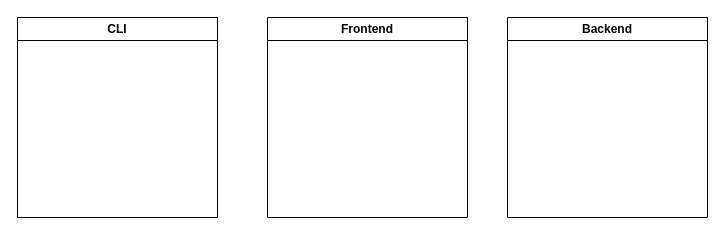
Before: Tools.drawio in Konrad1991/solarlife, a draw.io diagram. Source tidied: cells renumbered, new cells numbered last; positions are measured from the earlier drawing's top-left corner, leaving out a move shared by most shapes. Both pictures are drawn from the tidied source at 100%, with x=0, y=0 at pixel (17, 17).
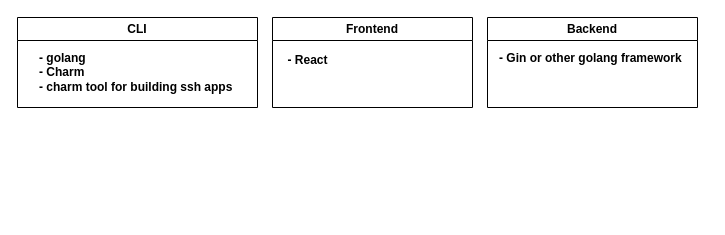
After the change.

What changed in the source:
```diff
@@
 <mxGraphModel>
   <root>
     <mxCell id="0" />
     <mxCell id="1" parent="0" />
     <mxCell id="2" value="CLI" style="swimlane;whiteSpace=wrap;html=1;" parent="1" vertex="1">
-      <mxGeometry width="200" height="200" as="geometry" />
+      <mxGeometry width="240" height="90" as="geometry" />
     </mxCell>
+    <mxCell id="5" value="&lt;div align=&quot;left&quot;&gt;&lt;b&gt;- golang&lt;/b&gt;&lt;/div&gt;&lt;div align=&quot;left&quot;&gt;&lt;b&gt;- Charm&lt;/b&gt;&lt;/div&gt;&lt;div align=&quot;left&quot;&gt;&lt;b&gt;- charm tool for building ssh apps&lt;br&gt;&lt;/b&gt;&lt;/div&gt;" style="text;html=1;align=left;verticalAlign=middle;strokeColor=none;fillColor=none;" parent="2" vertex="1">
+      <mxGeometry x="20" y="25" width="220" height="60" as="geometry" />
+    </mxCell>
     <mxCell id="3" value="Frontend" style="swimlane;whiteSpace=wrap;html=1;" parent="1" vertex="1">
-      <mxGeometry x="250" width="200" height="200" as="geometry" />
+      <mxGeometry x="255" width="200" height="90" as="geometry" />
     </mxCell>
     <mxCell id="4" value="Backend" style="swimlane;whiteSpace=wrap;html=1;" parent="1" vertex="1">
-      <mxGeometry x="490" width="200" height="200" as="geometry" />
+      <mxGeometry x="470" width="210" height="90" as="geometry" />
     </mxCell>
+    <mxCell id="6" value="&lt;div align=&quot;left&quot;&gt;&lt;b&gt;- Gin or other golang framework&lt;/b&gt;&lt;/div&gt;&lt;div align=&quot;left&quot;&gt;&lt;b&gt;&lt;br&gt;&lt;/b&gt;&lt;/div&gt;" style="text;html=1;align=left;verticalAlign=middle;strokeColor=none;fillColor=none;" parent="4" vertex="1">
+      <mxGeometry x="10" y="28" width="210" height="40" as="geometry" />
+    </mxCell>
+    <mxCell id="7" value="&lt;b&gt;- React &lt;/b&gt;" style="text;html=1;align=center;verticalAlign=middle;strokeColor=none;fillColor=none;" parent="1" vertex="1">
+      <mxGeometry x="260" y="28" width="60" height="30" as="geometry" />
+    </mxCell>
   </root>
 </mxGraphModel>
```
